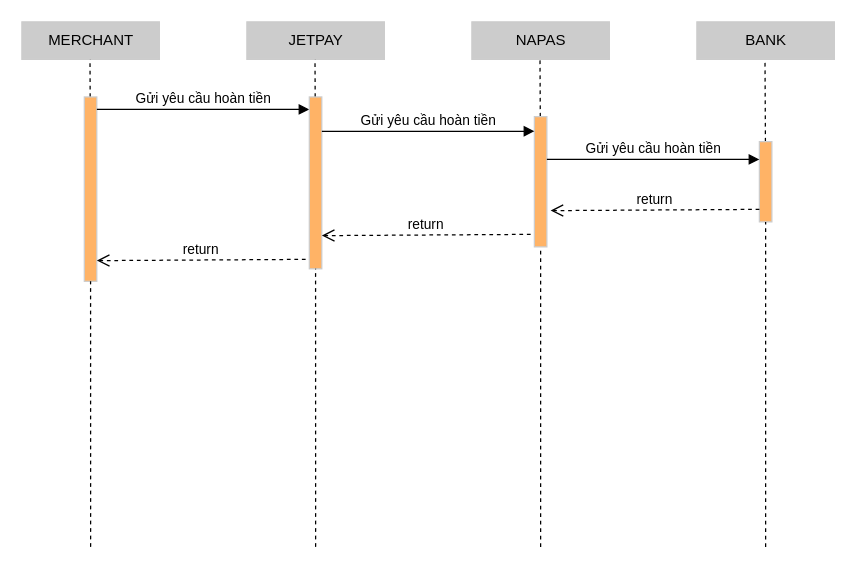
The draw.io diagram Diagram/JetPay_Napas_Refund.drawio in ducbinhit/JetPay_DucBinh, before the edit. Source tidied: cells renumbered, new cells numbered last; positions are measured from the earlier drawing's top-left corner, leaving out a move shared by most shapes. Both pictures are drawn from the tidied source at 125%, with x=0, y=0 at pixel (-2, 21).
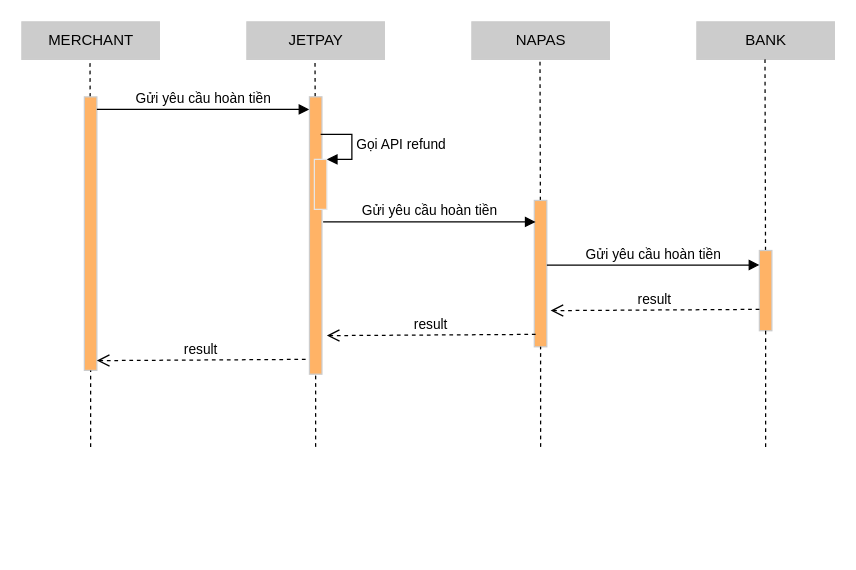
The same page after the edit.

Commit message (it also covers changes not shown here):
diagram qrcode , refund napas

Diff of the diagram source:
```diff
@@
     <mxCell id="10" style="rounded=0;whiteSpace=wrap;html=1;strokeColor=#CCCCCC;rotation=90;fillColor=#FFB366;" parent="1" vertex="1">
-      <mxGeometry x="0.2" y="128.8" width="147.5" height="10" as="geometry" />
+      <mxGeometry x="-35.4" y="164.4" width="218.8" height="10" as="geometry" />
     </mxCell>
     <mxCell id="11" style="endArrow=none;dashed=1;html=1;" parent="1" edge="1" target="10">
       <mxGeometry relative="1" as="geometry">
-        <mxPoint x="74" y="420" as="sourcePoint" />
+        <mxPoint x="74" y="340" as="sourcePoint" />
       </mxGeometry>
     </mxCell>
@@
     <mxCell id="13" style="rounded=0;whiteSpace=wrap;html=1;strokeColor=#CCCCCC;rotation=90;fillColor=#FFB366;" parent="1" vertex="1">
-      <mxGeometry x="185.2" y="123.8" width="137.5" height="10" as="geometry" />
+      <mxGeometry x="143.1" y="165.9" width="221.9" height="10" as="geometry" />
     </mxCell>
     <mxCell id="14" style="endArrow=none;dashed=1;html=1;" parent="1" edge="1" target="13">
       <mxGeometry relative="1" as="geometry">
-        <mxPoint x="254" y="420" as="sourcePoint" />
+        <mxPoint x="254" y="340" as="sourcePoint" />
       </mxGeometry>
     </mxCell>
     <mxCell id="15" style="rounded=0;whiteSpace=wrap;html=1;strokeColor=#CCCCCC;rotation=90;fillColor=#FFB366;" parent="1" vertex="1">
-      <mxGeometry x="381.9" y="122.9" width="104.2" height="10" as="geometry" />
+      <mxGeometry x="375.4" y="196.4" width="117.1" height="10" as="geometry" />
     </mxCell>
     <mxCell id="16" style="endArrow=none;dashed=1;html=1;" parent="1" edge="1" target="15">
       <mxGeometry relative="1" as="geometry">
-        <mxPoint x="434" y="420" as="sourcePoint" />
+        <mxPoint x="434" y="340" as="sourcePoint" />
       </mxGeometry>
     </mxCell>
     <mxCell id="17" value="Gửi yêu cầu hoàn tiền" style="html=1;verticalAlign=bottom;endArrow=block;entryX=0.154;entryY=1;entryDx=0;entryDy=0;entryPerimeter=0;" parent="1" edge="1">
       <mxGeometry relative="1" as="geometry">
-        <mxPoint x="259" y="87.5" as="sourcePoint" />
-        <mxPoint x="429" y="87.5" as="targetPoint" />
+        <mxPoint x="260" y="160" as="sourcePoint" />
+        <mxPoint x="430" y="160" as="targetPoint" />
       </mxGeometry>
     </mxCell>
     <mxCell id="18" style="rounded=0;whiteSpace=wrap;html=1;strokeColor=#CCCCCC;rotation=90;fillColor=#FFB366;" parent="1" vertex="1">
-      <mxGeometry x="581.9" y="122.9" width="64.2" height="10" as="geometry" />
+      <mxGeometry x="581.9" y="210" width="64.2" height="10" as="geometry" />
     </mxCell>
     <mxCell id="19" style="endArrow=none;dashed=1;html=1;" parent="1" edge="1" target="18">
       <mxGeometry relative="1" as="geometry">
-        <mxPoint x="614" y="420" as="sourcePoint" />
+        <mxPoint x="614" y="340" as="sourcePoint" />
       </mxGeometry>
     </mxCell>
     <mxCell id="20" value="Gửi yêu cầu hoàn tiền" style="html=1;verticalAlign=bottom;endArrow=block;entryX=0.154;entryY=1;entryDx=0;entryDy=0;entryPerimeter=0;" parent="1" edge="1">
       <mxGeometry relative="1" as="geometry">
-        <mxPoint x="439" y="110" as="sourcePoint" />
-        <mxPoint x="609" y="110" as="targetPoint" />
+        <mxPoint x="439" y="194.5" as="sourcePoint" />
+        <mxPoint x="609" y="194.5" as="targetPoint" />
       </mxGeometry>
     </mxCell>
-    <mxCell id="21" value="return" style="html=1;verticalAlign=bottom;endArrow=open;dashed=1;endSize=8;" parent="1" edge="1">
+    <mxCell id="21" value="result" style="html=1;verticalAlign=bottom;endArrow=open;dashed=1;endSize=8;" parent="1" edge="1">
       <mxGeometry relative="1" as="geometry">
-        <mxPoint x="609" y="150" as="sourcePoint" />
-        <mxPoint x="442" y="151" as="targetPoint" />
+        <mxPoint x="609" y="230" as="sourcePoint" />
+        <mxPoint x="442" y="231" as="targetPoint" />
       </mxGeometry>
     </mxCell>
-    <mxCell id="22" value="return" style="html=1;verticalAlign=bottom;endArrow=open;dashed=1;endSize=8;" parent="1" edge="1">
+    <mxCell id="22" value="result" style="html=1;verticalAlign=bottom;endArrow=open;dashed=1;endSize=8;" parent="1" edge="1">
       <mxGeometry relative="1" as="geometry">
-        <mxPoint x="426" y="170" as="sourcePoint" />
-        <mxPoint x="259" y="171" as="targetPoint" />
+        <mxPoint x="430" y="250" as="sourcePoint" />
+        <mxPoint x="263" y="251" as="targetPoint" />
       </mxGeometry>
     </mxCell>
-    <mxCell id="23" value="return" style="html=1;verticalAlign=bottom;endArrow=open;dashed=1;endSize=8;" parent="1" edge="1">
+    <mxCell id="23" value="result" style="html=1;verticalAlign=bottom;endArrow=open;dashed=1;endSize=8;" parent="1" edge="1">
       <mxGeometry relative="1" as="geometry">
-        <mxPoint x="246" y="190" as="sourcePoint" />
-        <mxPoint x="79" y="191" as="targetPoint" />
+        <mxPoint x="246" y="270" as="sourcePoint" />
+        <mxPoint x="79" y="271" as="targetPoint" />
       </mxGeometry>
     </mxCell>
+    <mxCell id="24" style="html=1;points=[];perimeter=orthogonalPerimeter;fillColor=#FFB366;strokeColor=#E6E6E6;" parent="1" vertex="1">
+      <mxGeometry x="253" y="110" width="10" height="40" as="geometry" />
+    </mxCell>
+    <mxCell id="25" value="Gọi API refund" style="edgeStyle=orthogonalEdgeStyle;html=1;align=left;spacingLeft=2;endArrow=block;rounded=0;entryX=1;entryY=0;" parent="1" edge="1" target="24">
+      <mxGeometry relative="1" as="geometry">
+        <mxPoint x="258" y="90" as="sourcePoint" />
+        <Array as="points">
+          <mxPoint x="283" y="90" />
+        </Array>
+      </mxGeometry>
+    </mxCell>
```
